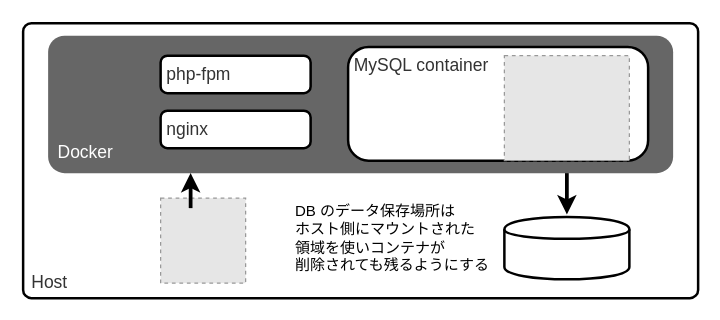
Above: images/chap05/0014_DockerVolume.drawio in a6s-cloud/grouscope-books (draw.io), before the change. Source tidied: cells renumbered, new cells numbered last; positions are measured from the earlier drawing's top-left corner, leaving out a move shared by most shapes. Both pictures are drawn from the tidied source at 125%, with x=0, y=0 at pixel (22, 22). Pictures stored in the file or linked from it are replaced by grey dashed boxes.
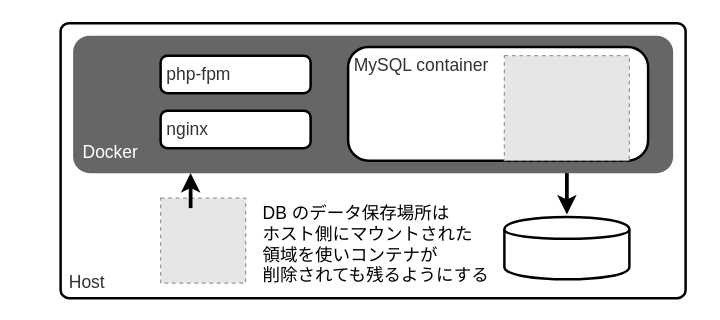
After the change.

Commit message (it also covers changes not shown here):
文字を拡大

What changed in the source:
```diff
@@
 <mxGraphModel>
   <root>
     <mxCell id="0" />
     <mxCell id="1" parent="0" />
     <mxCell id="2" value="&lt;span style=&quot;font-size: 14px&quot;&gt;Host&lt;/span&gt;" style="rounded=1;whiteSpace=wrap;html=1;fillColor=#FFFFFF;strokeColor=#000000;fontColor=#333333;strokeWidth=2;align=left;verticalAlign=bottom;arcSize=3;spacingLeft=5;spacingBottom=2;" parent="1" vertex="1">
-      <mxGeometry width="540" height="220" as="geometry" />
+      <mxGeometry x="30" width="500" height="220" as="geometry" />
     </mxCell>
     <mxCell id="3" value="&lt;span style=&quot;font-size: 14px&quot;&gt;&lt;font color=&quot;#ffffff&quot;&gt;Docker&lt;/font&gt;&lt;/span&gt;" style="rounded=1;whiteSpace=wrap;html=1;fillColor=#666666;strokeColor=none;fontColor=#333333;strokeWidth=2;align=left;verticalAlign=bottom;arcSize=12;spacingLeft=6;spacingBottom=6;" parent="1" vertex="1">
-      <mxGeometry x="20" y="10" width="500" height="110" as="geometry" />
+      <mxGeometry x="40" y="10" width="480" height="110" as="geometry" />
     </mxCell>
     <mxCell id="4" value="&lt;span style=&quot;font-size: 14px&quot;&gt;MySQL container&lt;/span&gt;" style="rounded=1;whiteSpace=wrap;html=1;fillColor=#FFFFFF;strokeColor=#000000;fontColor=#333333;strokeWidth=2;align=left;verticalAlign=top;arcSize=18;spacingLeft=3;" parent="1" vertex="1">
       <mxGeometry x="260" y="19" width="240" height="91" as="geometry" />
     </mxCell>
     <mxCell id="5" style="fillColor=#E6E6E6;strokeColor=#999999;dashed=1;verticalLabelPosition=bottom;verticalAlign=top;" parent="1" vertex="1">
       <mxGeometry x="385" y="26" width="100" height="84" as="geometry" />
     </mxCell>
     <mxCell id="6" value="&lt;span style=&quot;font-size: 14px&quot;&gt;nginx&lt;/span&gt;" style="rounded=1;whiteSpace=wrap;html=1;fillColor=#FFFFFF;strokeColor=#000000;fontColor=#333333;strokeWidth=2;align=left;verticalAlign=top;arcSize=18;spacingLeft=3;" parent="1" vertex="1">
       <mxGeometry x="110" y="70" width="120" height="30" as="geometry" />
     </mxCell>
     <mxCell id="7" value="&lt;span style=&quot;font-size: 14px&quot;&gt;php-fpm&lt;/span&gt;" style="rounded=1;whiteSpace=wrap;html=1;fillColor=#FFFFFF;strokeColor=#000000;fontColor=#333333;strokeWidth=2;align=left;verticalAlign=top;arcSize=18;spacingLeft=3;" parent="1" vertex="1">
       <mxGeometry x="110" y="26" width="120" height="30" as="geometry" />
     </mxCell>
     <mxCell id="8" style="shape=cylinder;whiteSpace=wrap;html=1;boundedLbl=1;backgroundOutline=1;align=left;strokeWidth=2;" parent="1" vertex="1">
       <mxGeometry x="385" y="155" width="100" height="50" as="geometry" />
     </mxCell>
-    <mxCell id="9" value="&lt;font color=&quot;#000000&quot;&gt;DB のデータ保存場所は&lt;br&gt;ホスト側にマウントされた&lt;br&gt;領域を使いコンテナが&lt;br&gt;削除されても残るようにする&lt;br&gt;&lt;/font&gt;" style="text;html=1;align=left;verticalAlign=top;spacingTop=-4;fontColor=#99FFCC;" parent="1" vertex="1">
-      <mxGeometry x="216" y="141" width="170" height="60" as="geometry" />
+    <mxCell id="9" value="&lt;font color=&quot;#000000&quot; style=&quot;font-size: 14px&quot;&gt;DB のデータ保存場所は&lt;br&gt;ホスト側にマウントされた&lt;br&gt;領域を使いコンテナが&lt;br&gt;削除されても残るようにする&lt;br&gt;&lt;/font&gt;" style="text;html=1;align=left;verticalAlign=top;spacingTop=-4;fontColor=#99FFCC;" parent="1" vertex="1">
+      <mxGeometry x="190" y="141" width="200" height="60" as="geometry" />
     </mxCell>
     <mxCell id="10" style="fillColor=#E6E6E6;strokeColor=#999999;dashed=1;html=1;verticalAlign=top;verticalLabelPosition=bottom;labelBackgroundColor=#ffffff;fontColor=#99FFCC;align=left;" parent="1" vertex="1">
       <mxGeometry x="110" y="140" width="68" height="68" as="geometry" />
     </mxCell>
     <mxCell id="11" style="endArrow=classic;html=1;strokeColor=#000000;strokeWidth=3;comic=0;" parent="1" edge="1">
       <mxGeometry relative="1" as="geometry">
         <mxPoint x="435" y="120" as="sourcePoint" />
         <mxPoint x="435" y="153" as="targetPoint" />
       </mxGeometry>
     </mxCell>
     <mxCell id="12" style="endArrow=classic;html=1;strokeColor=#000000;strokeWidth=3;comic=0;" parent="1" edge="1">
       <mxGeometry relative="1" as="geometry">
         <mxPoint x="134" y="148" as="sourcePoint" />
         <mxPoint x="134" y="120" as="targetPoint" />
       </mxGeometry>
     </mxCell>
   </root>
 </mxGraphModel>
```
